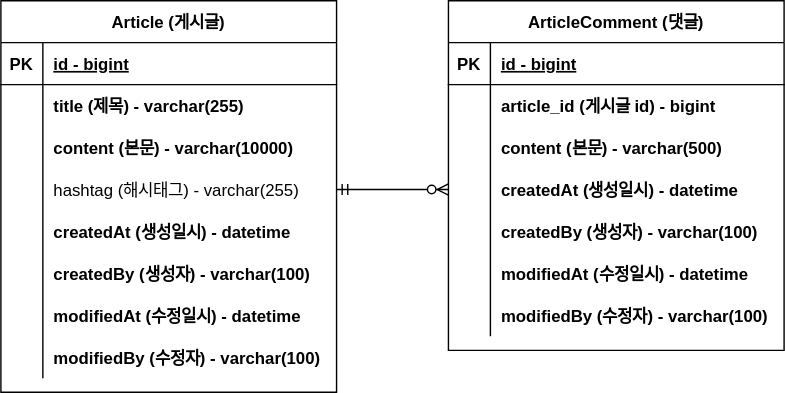
taewon0/project-board keeps this draw.io diagram as document/project-board-erd.svg. Above is the earlier version. Source tidied: cells renumbered, new cells last; positions are measured from the earlier drawing's top-left corner, leaving out a move shared by most shapes.
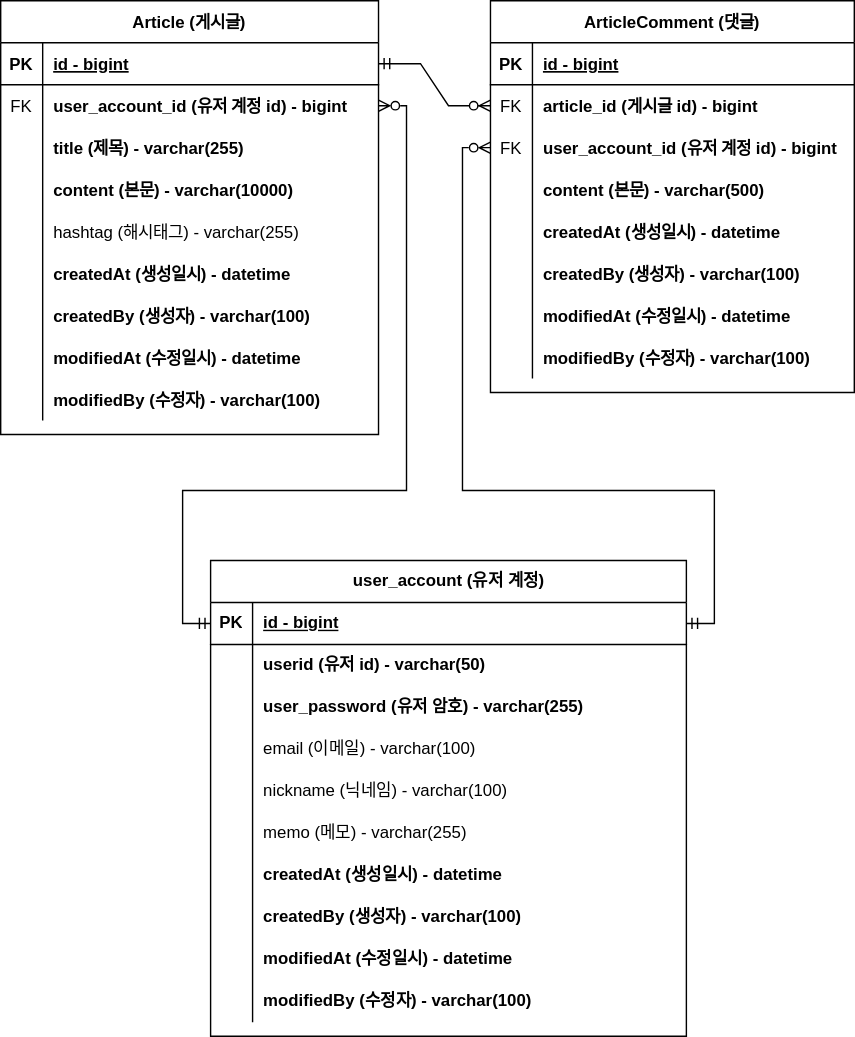
After the change.

Commit message:
docs: erd 업데이트: 유저 계정 추가

What changed in the source:
```diff
@@ -5,6 +5,6 @@
     <mxCell id="2" value="Article (게시글)" style="shape=table;startSize=30;rowLines=0;fontStyle=1;align=center;" parent="1" vertex="1">
-      <mxGeometry width="240" height="280" as="geometry" />
+      <mxGeometry x="-30" width="270" height="310" as="geometry" />
     </mxCell>
     <mxCell id="3" style="shape=partialRectangle;fillColor=none;points=[[0,0.5],[1,0.5]];portConstraint=eastwest;top=0;left=0;right=0;bottom=1;" parent="2" vertex="1">
-      <mxGeometry y="30" width="240" height="30" as="geometry" />
+      <mxGeometry y="30" width="270" height="30" as="geometry" />
     </mxCell>
@@ -14,15 +14,24 @@
     <mxCell id="5" value="id - bigint" style="shape=partialRectangle;overflow=hidden;fillColor=none;top=0;left=0;bottom=0;right=0;align=left;spacingLeft=6;fontStyle=5;" parent="3" vertex="1">
-      <mxGeometry x="30" width="210" height="30" as="geometry" />
+      <mxGeometry x="30" width="240" height="30" as="geometry" />
     </mxCell>
     <mxCell id="6" style="shape=partialRectangle;fillColor=none;points=[[0,0.5],[1,0.5]];portConstraint=eastwest;top=0;left=0;right=0;bottom=0;" parent="2" vertex="1">
-      <mxGeometry y="60" width="240" height="30" as="geometry" />
+      <mxGeometry y="60" width="270" height="30" as="geometry" />
     </mxCell>
-    <mxCell id="7" style="shape=partialRectangle;overflow=hidden;fillColor=none;top=0;left=0;bottom=0;right=0;" parent="6" vertex="1">
+    <mxCell id="7" value="FK" style="shape=partialRectangle;overflow=hidden;fillColor=none;top=0;left=0;bottom=0;right=0;" parent="6" vertex="1">
       <mxGeometry width="30" height="30" as="geometry" />
     </mxCell>
-    <mxCell id="8" value="title (제목) - varchar(255)" style="shape=partialRectangle;overflow=hidden;fillColor=none;top=0;left=0;bottom=0;right=0;align=left;spacingLeft=6;fontStyle=1;" parent="6" vertex="1">
-      <mxGeometry x="30" width="210" height="30" as="geometry" />
+    <mxCell id="8" value="user_account_id (유저 계정 id) - bigint" style="shape=partialRectangle;overflow=hidden;fillColor=none;top=0;left=0;bottom=0;right=0;align=left;spacingLeft=6;fontStyle=1;" parent="6" vertex="1">
+      <mxGeometry x="30" width="240" height="30" as="geometry" />
     </mxCell>
+    <mxCell id="50" style="shape=partialRectangle;fillColor=none;top=0;left=0;right=0;bottom=0;" parent="2" vertex="1">
+      <mxGeometry y="90" width="270" height="30" as="geometry" />
+    </mxCell>
+    <mxCell id="51" style="shape=partialRectangle;overflow=hidden;fillColor=none;top=0;left=0;bottom=0;right=0;" parent="50" vertex="1">
+      <mxGeometry width="30" height="30" as="geometry" />
+    </mxCell>
+    <mxCell id="52" value="title (제목) - varchar(255)" style="shape=partialRectangle;overflow=hidden;fillColor=none;top=0;left=0;bottom=0;right=0;align=left;spacingLeft=6;fontStyle=1;" parent="50" vertex="1">
+      <mxGeometry x="30" width="240" height="30" as="geometry" />
+    </mxCell>
     <mxCell id="9" style="shape=partialRectangle;fillColor=none;top=0;left=0;right=0;bottom=0;" parent="2" vertex="1">
-      <mxGeometry y="90" width="240" height="30" as="geometry" />
+      <mxGeometry y="120" width="270" height="30" as="geometry" />
     </mxCell>
@@ -32,6 +41,6 @@
     <mxCell id="11" value="content (본문) - varchar(10000)" style="shape=partialRectangle;overflow=hidden;fillColor=none;top=0;left=0;bottom=0;right=0;align=left;spacingLeft=6;fontStyle=1;" parent="9" vertex="1">
-      <mxGeometry x="30" width="210" height="30" as="geometry" />
+      <mxGeometry x="30" width="240" height="30" as="geometry" />
     </mxCell>
     <mxCell id="12" style="shape=partialRectangle;fillColor=none;points=[[0,0.5],[1,0.5]];portConstraint=eastwest;top=0;left=0;right=0;bottom=0;" parent="2" vertex="1">
-      <mxGeometry y="120" width="240" height="30" as="geometry" />
+      <mxGeometry y="150" width="270" height="30" as="geometry" />
     </mxCell>
@@ -41,6 +50,6 @@
     <mxCell id="14" value="hashtag (해시태그) - varchar(255)" style="shape=partialRectangle;overflow=hidden;fillColor=none;top=0;left=0;bottom=0;right=0;align=left;spacingLeft=6;" parent="12" vertex="1">
-      <mxGeometry x="30" width="210" height="30" as="geometry" />
+      <mxGeometry x="30" width="240" height="30" as="geometry" />
     </mxCell>
     <mxCell id="15" style="shape=partialRectangle;fillColor=none;top=0;left=0;right=0;bottom=0;" parent="2" vertex="1">
-      <mxGeometry y="150" width="240" height="30" as="geometry" />
+      <mxGeometry y="180" width="270" height="30" as="geometry" />
     </mxCell>
@@ -50,6 +59,6 @@
     <mxCell id="17" value="createdAt (생성일시) - datetime" style="shape=partialRectangle;overflow=hidden;fillColor=none;top=0;left=0;bottom=0;right=0;align=left;spacingLeft=6;fontStyle=1;" parent="15" vertex="1">
-      <mxGeometry x="30" width="210" height="30" as="geometry" />
+      <mxGeometry x="30" width="240" height="30" as="geometry" />
     </mxCell>
     <mxCell id="18" style="shape=partialRectangle;fillColor=none;top=0;left=0;right=0;bottom=0;" parent="2" vertex="1">
-      <mxGeometry y="180" width="240" height="30" as="geometry" />
+      <mxGeometry y="210" width="270" height="30" as="geometry" />
     </mxCell>
@@ -59,6 +68,6 @@
     <mxCell id="20" value="createdBy (생성자) - varchar(100)" style="shape=partialRectangle;overflow=hidden;fillColor=none;top=0;left=0;bottom=0;right=0;align=left;spacingLeft=6;fontStyle=1;" parent="18" vertex="1">
-      <mxGeometry x="30" width="210" height="30" as="geometry" />
+      <mxGeometry x="30" width="240" height="30" as="geometry" />
     </mxCell>
     <mxCell id="21" style="shape=partialRectangle;fillColor=none;top=0;left=0;right=0;bottom=0;" parent="2" vertex="1">
-      <mxGeometry y="210" width="240" height="30" as="geometry" />
+      <mxGeometry y="240" width="270" height="30" as="geometry" />
     </mxCell>
@@ -68,6 +77,6 @@
     <mxCell id="23" value="modifiedAt (수정일시) - datetime" style="shape=partialRectangle;overflow=hidden;fillColor=none;top=0;left=0;bottom=0;right=0;align=left;spacingLeft=6;fontStyle=1;" parent="21" vertex="1">
-      <mxGeometry x="30" width="210" height="30" as="geometry" />
+      <mxGeometry x="30" width="240" height="30" as="geometry" />
     </mxCell>
     <mxCell id="24" style="shape=partialRectangle;fillColor=none;top=0;left=0;right=0;bottom=0;" parent="2" vertex="1">
-      <mxGeometry y="240" width="240" height="30" as="geometry" />
+      <mxGeometry y="270" width="270" height="30" as="geometry" />
     </mxCell>
@@ -77,9 +86,9 @@
     <mxCell id="26" value="modifiedBy (수정자) - varchar(100)" style="shape=partialRectangle;overflow=hidden;fillColor=none;top=0;left=0;bottom=0;right=0;align=left;spacingLeft=6;fontStyle=1;" parent="24" vertex="1">
-      <mxGeometry x="30" width="210" height="30" as="geometry" />
+      <mxGeometry x="30" width="240" height="30" as="geometry" />
     </mxCell>
     <mxCell id="27" value="ArticleComment (댓글)" style="shape=table;startSize=30;rowLines=0;fontStyle=1;align=center;" parent="1" vertex="1">
-      <mxGeometry x="320" width="240" height="250" as="geometry" />
+      <mxGeometry x="320" width="260" height="280" as="geometry" />
     </mxCell>
     <mxCell id="28" style="shape=partialRectangle;fillColor=none;top=0;left=0;right=0;bottom=1;" parent="27" vertex="1">
-      <mxGeometry y="30" width="240" height="30" as="geometry" />
+      <mxGeometry y="30" width="260" height="30" as="geometry" />
     </mxCell>
@@ -89,8 +98,8 @@
     <mxCell id="30" value="id - bigint" style="shape=partialRectangle;overflow=hidden;fillColor=none;top=0;left=0;bottom=0;right=0;align=left;spacingLeft=6;fontStyle=5;" parent="28" vertex="1">
-      <mxGeometry x="30" width="210" height="30" as="geometry" />
+      <mxGeometry x="30" width="230" height="30" as="geometry" />
     </mxCell>
     <mxCell id="31" style="shape=partialRectangle;fillColor=none;points=[[0,0.5],[1,0.5]];portConstraint=eastwest;top=0;left=0;right=0;bottom=0;" parent="27" vertex="1">
-      <mxGeometry y="60" width="240" height="30" as="geometry" />
+      <mxGeometry y="60" width="260" height="30" as="geometry" />
     </mxCell>
-    <mxCell id="32" style="shape=partialRectangle;overflow=hidden;fillColor=none;top=0;left=0;bottom=0;right=0;" parent="31" vertex="1">
+    <mxCell id="32" value="FK" style="shape=partialRectangle;overflow=hidden;fillColor=none;top=0;left=0;bottom=0;right=0;" parent="31" vertex="1">
       <mxGeometry width="30" height="30" as="geometry" />
@@ -98,6 +107,15 @@
     <mxCell id="33" value="article_id (게시글 id) - bigint" style="shape=partialRectangle;overflow=hidden;fillColor=none;top=0;left=0;bottom=0;right=0;align=left;spacingLeft=6;fontStyle=1;" parent="31" vertex="1">
-      <mxGeometry x="30" width="210" height="30" as="geometry" />
+      <mxGeometry x="30" width="230" height="30" as="geometry" />
     </mxCell>
+    <mxCell id="53" style="shape=partialRectangle;fillColor=none;points=[[0,0.5],[1,0.5]];portConstraint=eastwest;top=0;left=0;right=0;bottom=0;" parent="27" vertex="1">
+      <mxGeometry y="90" width="260" height="30" as="geometry" />
+    </mxCell>
+    <mxCell id="54" value="FK" style="shape=partialRectangle;overflow=hidden;fillColor=none;top=0;left=0;bottom=0;right=0;" parent="53" vertex="1">
+      <mxGeometry width="30" height="30" as="geometry" />
+    </mxCell>
+    <mxCell id="55" value="user_account_id (유저 계정 id) - bigint" style="shape=partialRectangle;overflow=hidden;fillColor=none;top=0;left=0;bottom=0;right=0;align=left;spacingLeft=6;fontStyle=1;" parent="53" vertex="1">
+      <mxGeometry x="30" width="230" height="30" as="geometry" />
+    </mxCell>
     <mxCell id="34" style="shape=partialRectangle;fillColor=none;top=0;left=0;right=0;bottom=0;" parent="27" vertex="1">
-      <mxGeometry y="90" width="240" height="30" as="geometry" />
+      <mxGeometry y="120" width="260" height="30" as="geometry" />
     </mxCell>
@@ -107,6 +125,6 @@
     <mxCell id="36" value="content (본문) - varchar(500)" style="shape=partialRectangle;overflow=hidden;fillColor=none;top=0;left=0;bottom=0;right=0;align=left;spacingLeft=6;fontStyle=1;" parent="34" vertex="1">
-      <mxGeometry x="30" width="210" height="30" as="geometry" />
+      <mxGeometry x="30" width="230" height="30" as="geometry" />
     </mxCell>
     <mxCell id="37" style="shape=partialRectangle;fillColor=none;points=[[0,0.5],[1,0.5]];portConstraint=eastwest;top=0;left=0;right=0;bottom=0;" parent="27" vertex="1">
-      <mxGeometry y="120" width="240" height="30" as="geometry" />
+      <mxGeometry y="150" width="260" height="30" as="geometry" />
     </mxCell>
@@ -116,6 +134,6 @@
     <mxCell id="39" value="createdAt (생성일시) - datetime" style="shape=partialRectangle;overflow=hidden;fillColor=none;top=0;left=0;bottom=0;right=0;align=left;spacingLeft=6;fontStyle=1;" parent="37" vertex="1">
-      <mxGeometry x="30" width="210" height="30" as="geometry" />
+      <mxGeometry x="30" width="230" height="30" as="geometry" />
     </mxCell>
     <mxCell id="40" style="shape=partialRectangle;fillColor=none;top=0;left=0;right=0;bottom=0;" parent="27" vertex="1">
-      <mxGeometry y="150" width="240" height="30" as="geometry" />
+      <mxGeometry y="180" width="260" height="30" as="geometry" />
     </mxCell>
@@ -125,6 +143,6 @@
     <mxCell id="42" value="createdBy (생성자) - varchar(100)" style="shape=partialRectangle;overflow=hidden;fillColor=none;top=0;left=0;bottom=0;right=0;align=left;spacingLeft=6;fontStyle=1;" parent="40" vertex="1">
-      <mxGeometry x="30" width="210" height="30" as="geometry" />
+      <mxGeometry x="30" width="230" height="30" as="geometry" />
     </mxCell>
     <mxCell id="43" style="shape=partialRectangle;fillColor=none;top=0;left=0;right=0;bottom=0;" parent="27" vertex="1">
-      <mxGeometry y="180" width="240" height="30" as="geometry" />
+      <mxGeometry y="210" width="260" height="30" as="geometry" />
     </mxCell>
@@ -134,6 +152,6 @@
     <mxCell id="45" value="modifiedAt (수정일시) - datetime" style="shape=partialRectangle;overflow=hidden;fillColor=none;top=0;left=0;bottom=0;right=0;align=left;spacingLeft=6;fontStyle=1;" parent="43" vertex="1">
-      <mxGeometry x="30" width="210" height="30" as="geometry" />
+      <mxGeometry x="30" width="230" height="30" as="geometry" />
     </mxCell>
     <mxCell id="46" style="shape=partialRectangle;fillColor=none;top=0;left=0;right=0;bottom=0;" parent="27" vertex="1">
-      <mxGeometry y="210" width="240" height="30" as="geometry" />
+      <mxGeometry y="240" width="260" height="30" as="geometry" />
     </mxCell>
@@ -143,7 +161,120 @@
     <mxCell id="48" value="modifiedBy (수정자) - varchar(100)" style="shape=partialRectangle;overflow=hidden;fillColor=none;top=0;left=0;bottom=0;right=0;align=left;spacingLeft=6;fontStyle=1;" parent="46" vertex="1">
-      <mxGeometry x="30" width="210" height="30" as="geometry" />
+      <mxGeometry x="30" width="230" height="30" as="geometry" />
     </mxCell>
-    <mxCell id="49" style="edgeStyle=entityRelationEdgeStyle;fontSize=12;html=1;endArrow=ERzeroToMany;startArrow=ERmandOne;rounded=0;exitX=1;exitY=0.5;exitDx=0;exitDy=0;entryX=0;entryY=0.5;entryDx=0;entryDy=0;" parent="1" edge="1" source="12" target="37">
+    <mxCell id="49" style="edgeStyle=entityRelationEdgeStyle;fontSize=12;html=1;endArrow=ERzeroToMany;startArrow=ERmandOne;rounded=0;exitX=1;exitY=0.5;exitDx=0;exitDy=0;entryX=0;entryY=0.5;entryDx=0;entryDy=0;" parent="1" edge="1" source="3" target="31">
       <mxGeometry relative="1" as="geometry" />
     </mxCell>
+    <mxCell id="56" value="user_account (유저 계정)" style="shape=table;startSize=30;rowLines=0;fontStyle=1;align=center;html=1;" parent="1" vertex="1">
+      <mxGeometry x="120" y="400" width="340" height="340" as="geometry" />
+    </mxCell>
+    <mxCell id="57" style="shape=tableRow;horizontal=0;startSize=0;swimlaneHead=0;swimlaneBody=0;fillColor=none;points=[[0,0.5],[1,0.5]];portConstraint=eastwest;top=0;left=0;right=0;bottom=1;" parent="56" vertex="1">
+      <mxGeometry y="30" width="340" height="30" as="geometry" />
+    </mxCell>
+    <mxCell id="58" value="PK" style="shape=partialRectangle;fillColor=none;top=0;left=0;bottom=0;right=0;fontStyle=1;overflow=hidden;whiteSpace=wrap;html=1;" parent="57" vertex="1">
+      <mxGeometry width="30" height="30" as="geometry" />
+    </mxCell>
+    <mxCell id="59" value="id - bigint" style="shape=partialRectangle;fillColor=none;top=0;left=0;bottom=0;right=0;align=left;spacingLeft=6;fontStyle=5;overflow=hidden;whiteSpace=wrap;html=1;" parent="57" vertex="1">
+      <mxGeometry x="30" width="310" height="30" as="geometry" />
+    </mxCell>
+    <mxCell id="60" style="shape=tableRow;horizontal=0;startSize=0;swimlaneHead=0;swimlaneBody=0;fillColor=none;top=0;left=0;right=0;bottom=0;" parent="56" vertex="1">
+      <mxGeometry y="60" width="340" height="30" as="geometry" />
+    </mxCell>
+    <mxCell id="61" style="shape=partialRectangle;fillColor=none;top=0;left=0;bottom=0;right=0;overflow=hidden;whiteSpace=wrap;html=1;" parent="60" vertex="1">
+      <mxGeometry width="30" height="30" as="geometry" />
+    </mxCell>
+    <mxCell id="62" value="&lt;b&gt;userid (유저 id) - varchar(50)&lt;/b&gt;" style="shape=partialRectangle;fillColor=none;top=0;left=0;bottom=0;right=0;align=left;spacingLeft=6;overflow=hidden;whiteSpace=wrap;html=1;" parent="60" vertex="1">
+      <mxGeometry x="30" width="310" height="30" as="geometry" />
+    </mxCell>
+    <mxCell id="63" style="shape=tableRow;horizontal=0;startSize=0;swimlaneHead=0;swimlaneBody=0;fillColor=none;top=0;left=0;right=0;bottom=0;" parent="56" vertex="1">
+      <mxGeometry y="90" width="340" height="30" as="geometry" />
+    </mxCell>
+    <mxCell id="64" style="shape=partialRectangle;fillColor=none;top=0;left=0;bottom=0;right=0;overflow=hidden;whiteSpace=wrap;html=1;" parent="63" vertex="1">
+      <mxGeometry width="30" height="30" as="geometry" />
+    </mxCell>
+    <mxCell id="65" value="&lt;b&gt;user_password (유저 암호) - varchar(255)&lt;/b&gt;" style="shape=partialRectangle;fillColor=none;top=0;left=0;bottom=0;right=0;align=left;spacingLeft=6;overflow=hidden;whiteSpace=wrap;html=1;" parent="63" vertex="1">
+      <mxGeometry x="30" width="310" height="30" as="geometry" />
+    </mxCell>
+    <mxCell id="66" style="shape=tableRow;horizontal=0;startSize=0;swimlaneHead=0;swimlaneBody=0;fillColor=none;top=0;left=0;right=0;bottom=0;" parent="56" vertex="1">
+      <mxGeometry y="120" width="340" height="30" as="geometry" />
+    </mxCell>
+    <mxCell id="67" style="shape=partialRectangle;fillColor=none;top=0;left=0;bottom=0;right=0;overflow=hidden;whiteSpace=wrap;html=1;" parent="66" vertex="1">
+      <mxGeometry width="30" height="30" as="geometry" />
+    </mxCell>
+    <mxCell id="68" value="email (이메일) - varchar(100)" style="shape=partialRectangle;fillColor=none;top=0;left=0;bottom=0;right=0;align=left;spacingLeft=6;overflow=hidden;whiteSpace=wrap;html=1;" parent="66" vertex="1">
+      <mxGeometry x="30" width="310" height="30" as="geometry" />
+    </mxCell>
+    <mxCell id="69" style="shape=tableRow;horizontal=0;startSize=0;swimlaneHead=0;swimlaneBody=0;fillColor=none;top=0;left=0;right=0;bottom=0;" parent="56" vertex="1">
+      <mxGeometry y="150" width="340" height="30" as="geometry" />
+    </mxCell>
+    <mxCell id="70" style="shape=partialRectangle;fillColor=none;top=0;left=0;bottom=0;right=0;overflow=hidden;whiteSpace=wrap;html=1;" parent="69" vertex="1">
+      <mxGeometry width="30" height="30" as="geometry" />
+    </mxCell>
+    <mxCell id="71" value="nickname (닉네임) - varchar(100)" style="shape=partialRectangle;fillColor=none;top=0;left=0;bottom=0;right=0;align=left;spacingLeft=6;overflow=hidden;whiteSpace=wrap;html=1;" parent="69" vertex="1">
+      <mxGeometry x="30" width="310" height="30" as="geometry" />
+    </mxCell>
+    <mxCell id="72" style="shape=tableRow;horizontal=0;startSize=0;swimlaneHead=0;swimlaneBody=0;fillColor=none;top=0;left=0;right=0;bottom=0;" parent="56" vertex="1">
+      <mxGeometry y="180" width="340" height="30" as="geometry" />
+    </mxCell>
+    <mxCell id="73" style="shape=partialRectangle;fillColor=none;top=0;left=0;bottom=0;right=0;overflow=hidden;whiteSpace=wrap;html=1;" parent="72" vertex="1">
+      <mxGeometry width="30" height="30" as="geometry" />
+    </mxCell>
+    <mxCell id="74" value="memo (메모) - varchar(255)" style="shape=partialRectangle;fillColor=none;top=0;left=0;bottom=0;right=0;align=left;spacingLeft=6;overflow=hidden;whiteSpace=wrap;html=1;" parent="72" vertex="1">
+      <mxGeometry x="30" width="310" height="30" as="geometry" />
+    </mxCell>
+    <mxCell id="75" style="shape=tableRow;horizontal=0;startSize=0;swimlaneHead=0;swimlaneBody=0;fillColor=none;top=0;left=0;right=0;bottom=0;" parent="56" vertex="1">
+      <mxGeometry y="210" width="340" height="30" as="geometry" />
+    </mxCell>
+    <mxCell id="76" style="shape=partialRectangle;fillColor=none;top=0;left=0;bottom=0;right=0;overflow=hidden;whiteSpace=wrap;html=1;" parent="75" vertex="1">
+      <mxGeometry width="30" height="30" as="geometry" />
+    </mxCell>
+    <mxCell id="77" value="&lt;span style=&quot;font-weight: 700; text-wrap-mode: nowrap;&quot;&gt;createdAt (생성일시) - datetime&lt;/span&gt;" style="shape=partialRectangle;fillColor=none;top=0;left=0;bottom=0;right=0;align=left;spacingLeft=6;overflow=hidden;whiteSpace=wrap;html=1;" parent="75" vertex="1">
+      <mxGeometry x="30" width="310" height="30" as="geometry" />
+    </mxCell>
+    <mxCell id="78" style="shape=tableRow;horizontal=0;startSize=0;swimlaneHead=0;swimlaneBody=0;fillColor=none;top=0;left=0;right=0;bottom=0;" parent="56" vertex="1">
+      <mxGeometry y="240" width="340" height="30" as="geometry" />
+    </mxCell>
+    <mxCell id="79" style="shape=partialRectangle;fillColor=none;top=0;left=0;bottom=0;right=0;overflow=hidden;whiteSpace=wrap;html=1;" parent="78" vertex="1">
+      <mxGeometry width="30" height="30" as="geometry" />
+    </mxCell>
+    <mxCell id="80" value="&lt;span style=&quot;font-weight: 700; text-wrap-mode: nowrap;&quot;&gt;createdBy (생성자) - varchar(100)&lt;/span&gt;" style="shape=partialRectangle;fillColor=none;top=0;left=0;bottom=0;right=0;align=left;spacingLeft=6;overflow=hidden;whiteSpace=wrap;html=1;" parent="78" vertex="1">
+      <mxGeometry x="30" width="310" height="30" as="geometry" />
+    </mxCell>
+    <mxCell id="81" style="shape=tableRow;horizontal=0;startSize=0;swimlaneHead=0;swimlaneBody=0;fillColor=none;top=0;left=0;right=0;bottom=0;" parent="56" vertex="1">
+      <mxGeometry y="270" width="340" height="30" as="geometry" />
+    </mxCell>
+    <mxCell id="82" style="shape=partialRectangle;fillColor=none;top=0;left=0;bottom=0;right=0;overflow=hidden;whiteSpace=wrap;html=1;" parent="81" vertex="1">
+      <mxGeometry width="30" height="30" as="geometry" />
+    </mxCell>
+    <mxCell id="83" value="&lt;span style=&quot;font-weight: 700; text-wrap-mode: nowrap;&quot;&gt;modifiedAt (수정일시) - datetime&lt;/span&gt;" style="shape=partialRectangle;fillColor=none;top=0;left=0;bottom=0;right=0;align=left;spacingLeft=6;overflow=hidden;whiteSpace=wrap;html=1;" parent="81" vertex="1">
+      <mxGeometry x="30" width="310" height="30" as="geometry" />
+    </mxCell>
+    <mxCell id="84" style="shape=tableRow;horizontal=0;startSize=0;swimlaneHead=0;swimlaneBody=0;fillColor=none;top=0;left=0;right=0;bottom=0;" parent="56" vertex="1">
+      <mxGeometry y="300" width="340" height="30" as="geometry" />
+    </mxCell>
+    <mxCell id="85" style="shape=partialRectangle;fillColor=none;top=0;left=0;bottom=0;right=0;overflow=hidden;whiteSpace=wrap;html=1;" parent="84" vertex="1">
+      <mxGeometry width="30" height="30" as="geometry" />
+    </mxCell>
+    <mxCell id="86" value="&lt;span style=&quot;font-weight: 700; text-wrap-mode: nowrap;&quot;&gt;modifiedBy (수정자) - varchar(100)&lt;/span&gt;" style="shape=partialRectangle;fillColor=none;top=0;left=0;bottom=0;right=0;align=left;spacingLeft=6;overflow=hidden;whiteSpace=wrap;html=1;" parent="84" vertex="1">
+      <mxGeometry x="30" width="310" height="30" as="geometry" />
+    </mxCell>
+    <mxCell id="87" style="edgeStyle=orthogonalEdgeStyle;rounded=0;jettySize=auto;html=1;exitX=0;exitY=0.5;exitDx=0;exitDy=0;entryX=1;entryY=0.5;entryDx=0;entryDy=0;startArrow=ERmandOne;startFill=0;endArrow=ERzeroToMany;endFill=0;" parent="1" edge="1" source="57" target="6">
+      <mxGeometry relative="1" as="geometry">
+        <Array as="points">
+          <mxPoint x="100" y="445" />
+          <mxPoint x="100" y="350" />
+          <mxPoint x="260" y="350" />
+          <mxPoint x="260" y="75" />
+        </Array>
+      </mxGeometry>
+    </mxCell>
+    <mxCell id="88" style="edgeStyle=orthogonalEdgeStyle;rounded=0;jettySize=auto;html=1;exitX=1;exitY=0.5;exitDx=0;exitDy=0;entryX=0;entryY=0.5;entryDx=0;entryDy=0;startArrow=ERmandOne;startFill=0;endArrow=ERzeroToMany;endFill=0;" parent="1" edge="1" source="57" target="53">
+      <mxGeometry relative="1" as="geometry">
+        <Array as="points">
+          <mxPoint x="480" y="445" />
+          <mxPoint x="480" y="350" />
+          <mxPoint x="300" y="350" />
+          <mxPoint x="300" y="105" />
+        </Array>
+      </mxGeometry>
+    </mxCell>
   </root>
```
